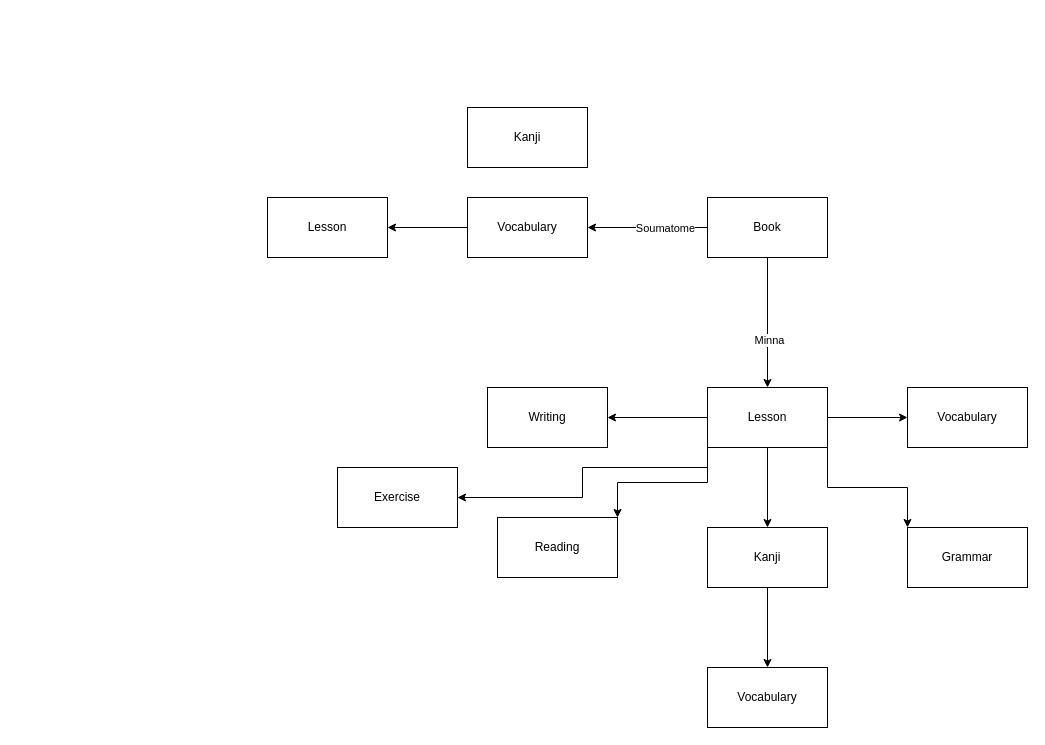
longlevan9x/learning-api keeps this draw.io diagram as diagram/Biểu đồ không có tiêu đề.drawio. Above is the earlier version. Source tidied: cells renumbered, new cells numbered last; positions are measured from the earlier drawing's top-left corner, leaving out a move shared by most shapes. Both pictures are drawn from the tidied source at 100%, with x=0, y=0 at pixel (267, 107).
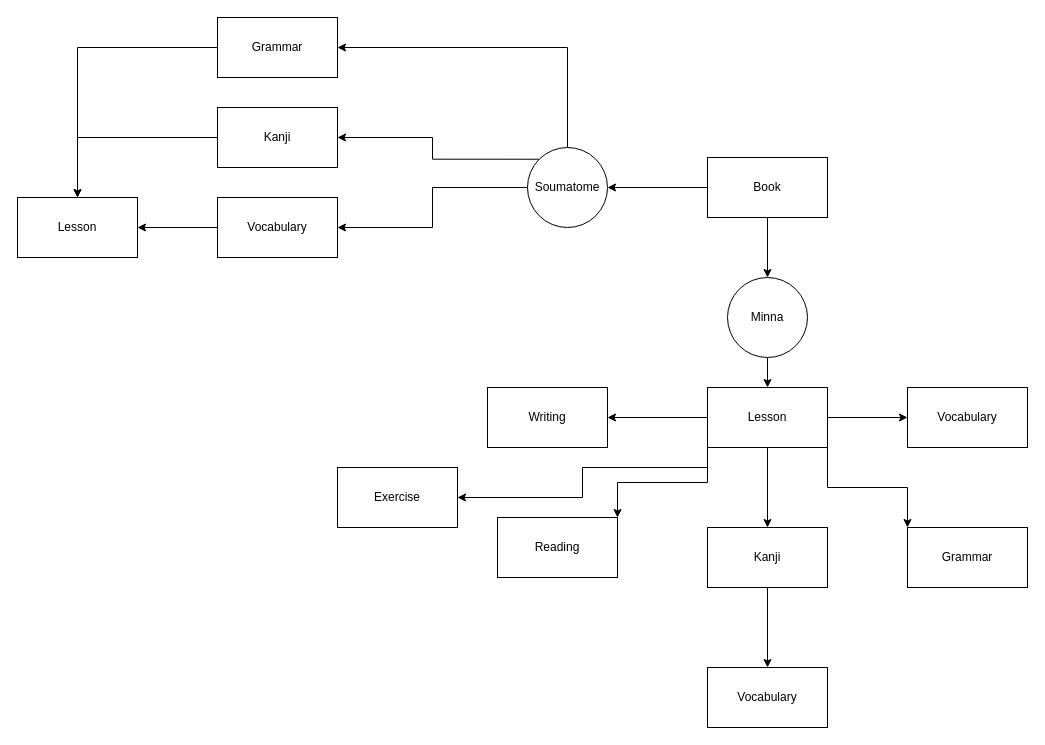
The same diagram, later.

Unchanged cells that the change refers to:
```xml
<mxCell id="13" value="Lesson" style="rounded=0;whiteSpace=wrap;html=1;" parent="1" vertex="1">
  <mxGeometry x="440" y="280" width="120" height="60" as="geometry" />
</mxCell>
```

The edit, as a diff of the source:
```diff
@@
-    <mxCell id="2" style="edgeStyle=orthogonalEdgeStyle;rounded=0;jettySize=auto;html=1;" parent="1" edge="1" source="6" target="13">
-      <mxGeometry relative="1" as="geometry" />
-    </mxCell>
-    <mxCell id="3" value="Minna" style="edgeLabel;html=1;align=center;verticalAlign=middle;points=[];" parent="2" vertex="1">
-      <mxGeometry x="0.26" y="1" relative="1" as="geometry" />
-    </mxCell>
-    <mxCell id="4" style="edgeStyle=orthogonalEdgeStyle;rounded=0;jettySize=auto;html=1;" parent="1" edge="1" source="6" target="23">
-      <mxGeometry relative="1" as="geometry" />
-    </mxCell>
-    <mxCell id="5" value="Soumatome" style="edgeLabel;html=1;align=center;verticalAlign=middle;points=[];" parent="4" vertex="1">
-      <mxGeometry x="-0.28" relative="1" as="geometry" />
-    </mxCell>
+    <mxCell id="26" style="edgeStyle=orthogonalEdgeStyle;rounded=0;jettySize=auto;html=1;" parent="1" edge="1" source="6" target="3">
+      <mxGeometry relative="1" as="geometry" />
+    </mxCell>
+    <mxCell id="27" style="edgeStyle=orthogonalEdgeStyle;rounded=0;jettySize=auto;html=1;" parent="1" edge="1" source="6" target="5">
+      <mxGeometry relative="1" as="geometry" />
+    </mxCell>
     <mxCell id="6" value="Book" style="rounded=0;whiteSpace=wrap;html=1;" parent="1" vertex="1">
-      <mxGeometry x="440" y="90" width="120" height="60" as="geometry" />
+      <mxGeometry x="440" y="50" width="120" height="60" as="geometry" />
     </mxCell>
@@
     <mxCell id="23" value="Vocabulary" style="rounded=0;whiteSpace=wrap;html=1;" parent="1" vertex="1">
-      <mxGeometry x="200" y="90" width="120" height="60" as="geometry" />
+      <mxGeometry x="-50" y="90" width="120" height="60" as="geometry" />
     </mxCell>
     <mxCell id="24" value="Lesson" style="rounded=0;whiteSpace=wrap;html=1;" parent="1" vertex="1">
-      <mxGeometry y="90" width="120" height="60" as="geometry" />
+      <mxGeometry x="-250" y="90" width="120" height="60" as="geometry" />
     </mxCell>
+    <mxCell id="28" style="edgeStyle=orthogonalEdgeStyle;rounded=0;jettySize=auto;html=1;exitX=0;exitY=0.5;exitDx=0;exitDy=0;" parent="1" edge="1" source="25" target="24">
+      <mxGeometry relative="1" as="geometry" />
+    </mxCell>
     <mxCell id="25" value="Kanji" style="rounded=0;whiteSpace=wrap;html=1;" parent="1" vertex="1">
-      <mxGeometry x="200" width="120" height="60" as="geometry" />
+      <mxGeometry x="-50" width="120" height="60" as="geometry" />
     </mxCell>
+    <mxCell id="29" style="edgeStyle=orthogonalEdgeStyle;rounded=0;jettySize=auto;html=1;exitX=0.5;exitY=1;exitDx=0;exitDy=0;entryX=0.5;entryY=0;entryDx=0;entryDy=0;" parent="1" edge="1" source="3" target="13">
+      <mxGeometry relative="1" as="geometry" />
+    </mxCell>
+    <mxCell id="3" value="Minna" style="ellipse;whiteSpace=wrap;html=1;rounded=0;" parent="1" vertex="1">
+      <mxGeometry x="460" y="170" width="80" height="80" as="geometry" />
+    </mxCell>
+    <mxCell id="30" style="edgeStyle=orthogonalEdgeStyle;rounded=0;jettySize=auto;html=1;exitX=0;exitY=0.5;exitDx=0;exitDy=0;entryX=1;entryY=0.5;entryDx=0;entryDy=0;" parent="1" edge="1" source="5" target="23">
+      <mxGeometry relative="1" as="geometry" />
+    </mxCell>
+    <mxCell id="31" style="edgeStyle=orthogonalEdgeStyle;rounded=0;jettySize=auto;html=1;exitX=0;exitY=0;exitDx=0;exitDy=0;entryX=1;entryY=0.5;entryDx=0;entryDy=0;" parent="1" edge="1" source="5" target="25">
+      <mxGeometry relative="1" as="geometry" />
+    </mxCell>
+    <mxCell id="32" style="edgeStyle=orthogonalEdgeStyle;rounded=0;jettySize=auto;html=1;exitX=0.5;exitY=0;exitDx=0;exitDy=0;entryX=1;entryY=0.5;entryDx=0;entryDy=0;" parent="1" edge="1" source="5" target="34">
+      <mxGeometry relative="1" as="geometry" />
+    </mxCell>
+    <mxCell id="5" value="Soumatome" style="ellipse;whiteSpace=wrap;html=1;rounded=0;" parent="1" vertex="1">
+      <mxGeometry x="260" y="40" width="80" height="80" as="geometry" />
+    </mxCell>
+    <mxCell id="33" style="edgeStyle=orthogonalEdgeStyle;rounded=0;jettySize=auto;html=1;exitX=0;exitY=0.5;exitDx=0;exitDy=0;entryX=0.5;entryY=0;entryDx=0;entryDy=0;" parent="1" edge="1" source="34" target="24">
+      <mxGeometry relative="1" as="geometry" />
+    </mxCell>
+    <mxCell id="34" value="Grammar" style="rounded=0;whiteSpace=wrap;html=1;" parent="1" vertex="1">
+      <mxGeometry x="-50" y="-90" width="120" height="60" as="geometry" />
+    </mxCell>
```
